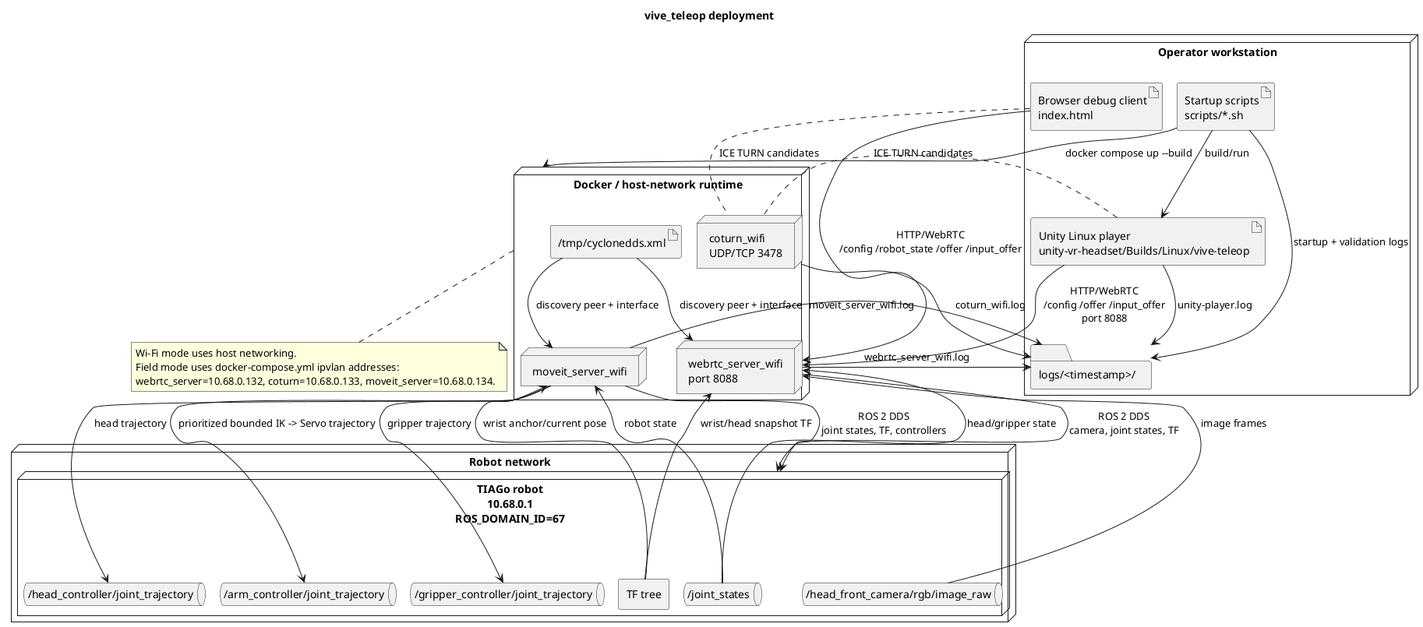
This is docs/architecture/deployment/deployment.png from ichores-research/vive_teleop, a PlantUML export, as it was before one commit.
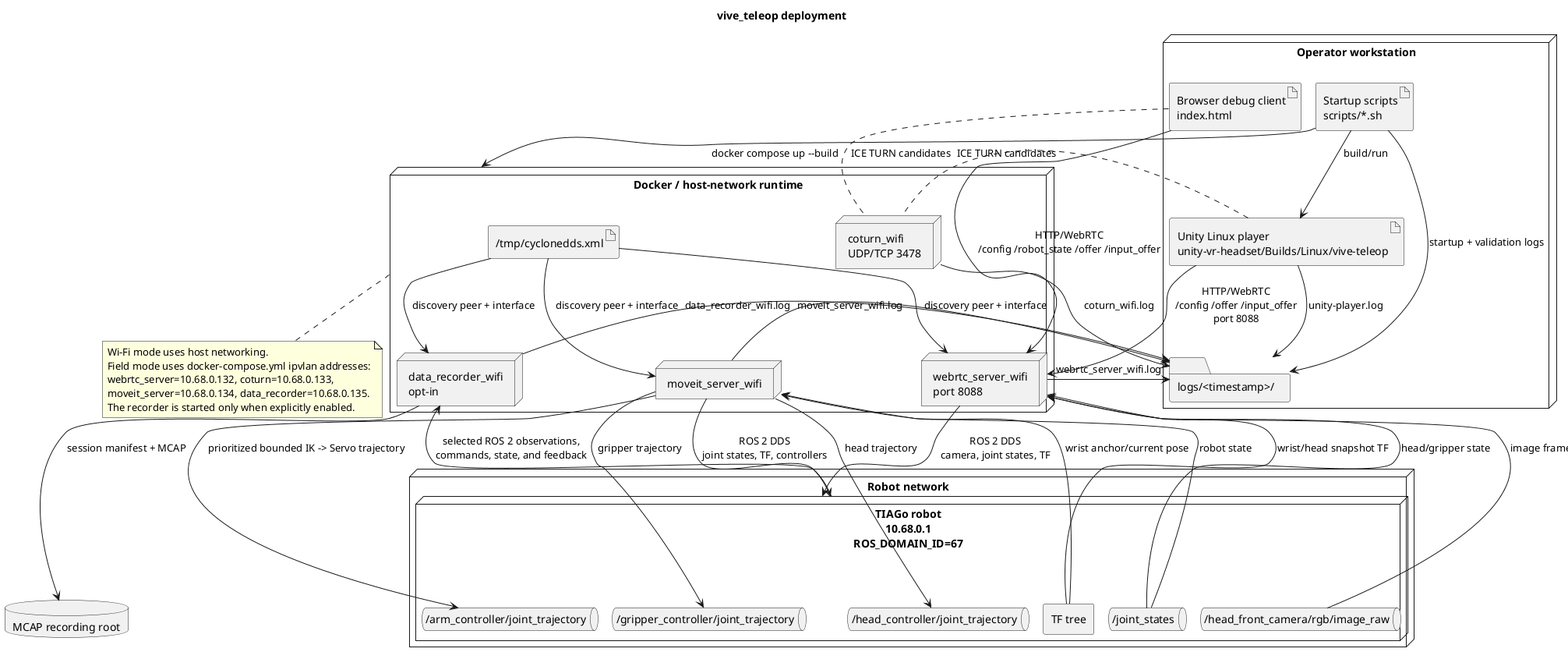
Above is the later version.

Diff of the diagram source:
```diff
@@ -17,8 +17,11 @@
   node "webrtc_server_wifi\nport 8088" as WebRtcServer
   node "moveit_server_wifi" as MoveItServer
   node "coturn_wifi\nUDP/TCP 3478" as Coturn
+  node "data_recorder_wifi\nopt-in" as Recorder
   artifact "/tmp/cyclonedds.xml" as CycloneConfig
 }
+
+database "MCAP recording root" as Dataset
 
 node "Robot network" as RobotNetwork {
   node "TIAGo robot\n10.68.0.1\nROS_DOMAIN_ID=67" as Robot {
@@ -38,6 +41,8 @@
 WebRtcServer --> Logs : webrtc_server_wifi.log
 MoveItServer --> Logs : moveit_server_wifi.log
 Coturn --> Logs : coturn_wifi.log
+Recorder --> Logs : data_recorder_wifi.log
+Recorder --> Dataset : session manifest + MCAP
 
 UnityPlayer --> WebRtcServer : HTTP/WebRTC\n/config /offer /input_offer\nport 8088
 Browser --> WebRtcServer : HTTP/WebRTC\n/config /robot_state /offer /input_offer
@@ -46,8 +51,10 @@
 
 WebRtcServer --> Robot : ROS 2 DDS\ncamera, joint states, TF
 MoveItServer --> Robot : ROS 2 DDS\njoint states, TF, controllers
+Recorder <-- Robot : selected ROS 2 observations,\ncommands, state, and feedback
 CycloneConfig --> WebRtcServer : discovery peer + interface
 CycloneConfig --> MoveItServer : discovery peer + interface
+CycloneConfig --> Recorder : discovery peer + interface
 
 Camera --> WebRtcServer : image frames
 JointStates --> WebRtcServer : head/gripper state
@@ -61,7 +68,9 @@
 note bottom of Docker
   Wi-Fi mode uses host networking.
   Field mode uses docker-compose.yml ipvlan addresses:
-  webrtc_server=10.68.0.132, coturn=10.68.0.133, moveit_server=10.68.0.134.
+  webrtc_server=10.68.0.132, coturn=10.68.0.133,
+  moveit_server=10.68.0.134, data_recorder=10.68.0.135.
+  The recorder is started only when explicitly enabled.
 end note
 
 @enduml
```
